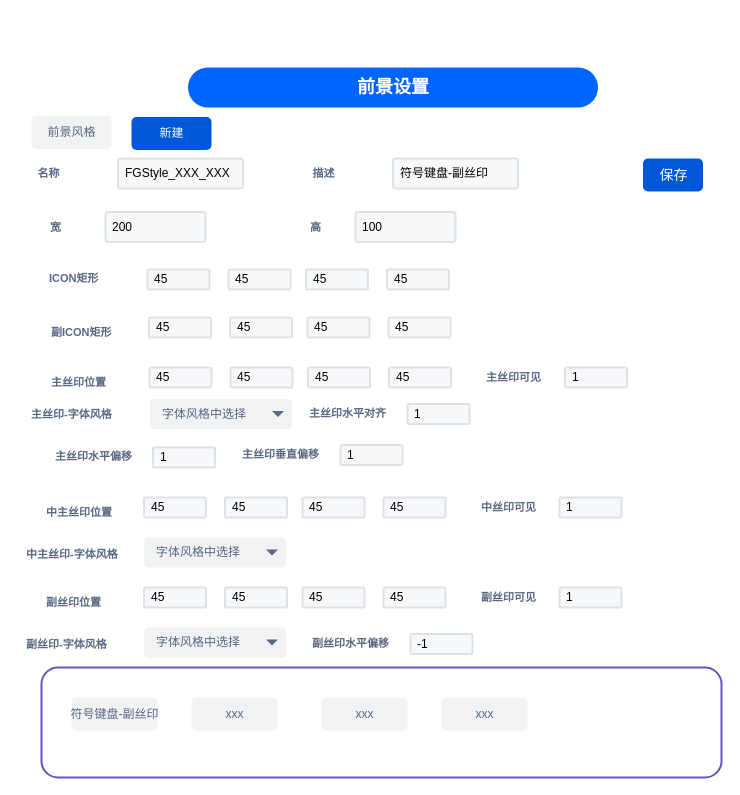
Above: layout-editor/前景风格设置.drawio in chonglv/charts (draw.io), before the change. Source tidied: cells renumbered, new cells numbered last; positions are measured from the earlier drawing's top-left corner, leaving out a move shared by most shapes. Both pictures are drawn from the tidied source at 100%, with x=0, y=0 at pixel (17, 67).
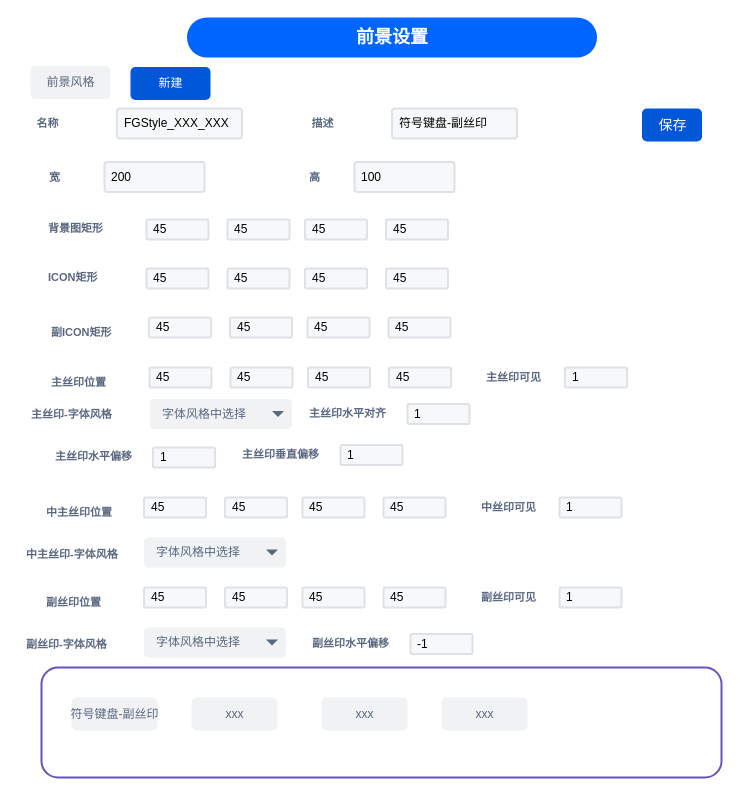
The same page after the edit.

Commit message:
更新前景风格设置.drawio

What changed in the source:
```diff
@@
     <mxCell id="2" value="名称" style="fillColor=none;strokeColor=none;html=1;fontSize=11;fontStyle=0;align=center;fontColor=#596780;fontStyle=1;fontSize=11;labelPosition=center;verticalLabelPosition=middle;verticalAlign=middle;" parent="1" vertex="1">
-      <mxGeometry x="0.5" y="96" width="60" height="20" as="geometry" />
+      <mxGeometry x="-0.5" y="46" width="60" height="20" as="geometry" />
     </mxCell>
     <mxCell id="3" value="FGStyle_XXX_XXX" style="rounded=1;arcSize=9;fillColor=#F7F8F9;align=left;spacingLeft=5;strokeColor=#DEE1E6;html=1;strokeWidth=2;fontSize=12;" parent="1" vertex="1">
-      <mxGeometry x="100.5" y="91" width="125" height="30" as="geometry" />
+      <mxGeometry x="99.5" y="41" width="125" height="30" as="geometry" />
     </mxCell>
     <mxCell id="4" value="描述" style="fillColor=none;strokeColor=none;html=1;fontSize=11;fontStyle=0;align=center;fontColor=#596780;fontStyle=1;fontSize=11;labelPosition=center;verticalLabelPosition=middle;verticalAlign=middle;" parent="1" vertex="1">
-      <mxGeometry x="275.5" y="96" width="60" height="20" as="geometry" />
+      <mxGeometry x="274.5" y="46" width="60" height="20" as="geometry" />
     </mxCell>
     <mxCell id="5" value="符号键盘-副丝印" style="rounded=1;arcSize=9;fillColor=#F7F8F9;align=left;spacingLeft=5;strokeColor=#DEE1E6;html=1;strokeWidth=2;fontSize=12;" parent="1" vertex="1">
-      <mxGeometry x="375.5" y="91" width="125" height="30" as="geometry" />
+      <mxGeometry x="374.5" y="41" width="125" height="30" as="geometry" />
     </mxCell>
     <mxCell id="6" value="保存" style="rounded=1;fillColor=#0057D8;strokeColor=none;fontColor=#ffffff;align=center;verticalAlign=middle;fontStyle=0;fontSize=14;html=1;shadow=0;dashed=0;" parent="1" vertex="1">
-      <mxGeometry x="625.5" y="91" width="60" height="33" as="geometry" />
+      <mxGeometry x="624.5" y="41" width="60" height="33" as="geometry" />
     </mxCell>
@@
-    <mxCell id="12" value="ICON矩形" style="fillColor=none;strokeColor=none;html=1;fontSize=11;fontStyle=0;align=left;fontColor=#596780;fontStyle=1;fontSize=11;" parent="1" vertex="1">
-      <mxGeometry x="30" y="201" width="60" height="20" as="geometry" />
+    <mxCell id="12" value="背景图矩形" style="fillColor=none;strokeColor=none;html=1;fontSize=11;fontStyle=0;align=left;fontColor=#596780;fontStyle=1;fontSize=11;" parent="1" vertex="1">
+      <mxGeometry x="29" y="151" width="60" height="20" as="geometry" />
     </mxCell>
     <mxCell id="13" value="45" style="rounded=1;arcSize=9;fillColor=#F7F8F9;align=left;spacingLeft=5;strokeColor=#DEE1E6;html=1;strokeWidth=2;fontSize=12;" parent="1" vertex="1">
-      <mxGeometry x="130" y="202" width="62" height="20" as="geometry" />
+      <mxGeometry x="129" y="152" width="62" height="20" as="geometry" />
     </mxCell>
     <mxCell id="14" value="45" style="rounded=1;arcSize=9;fillColor=#F7F8F9;align=left;spacingLeft=5;strokeColor=#DEE1E6;html=1;strokeWidth=2;fontSize=12;" parent="1" vertex="1">
-      <mxGeometry x="211" y="202" width="62" height="20" as="geometry" />
+      <mxGeometry x="210" y="152" width="62" height="20" as="geometry" />
     </mxCell>
     <mxCell id="15" value="45" style="rounded=1;arcSize=9;fillColor=#F7F8F9;align=left;spacingLeft=5;strokeColor=#DEE1E6;html=1;strokeWidth=2;fontSize=12;" parent="1" vertex="1">
-      <mxGeometry x="288.5" y="202" width="62" height="20" as="geometry" />
+      <mxGeometry x="287.5" y="152" width="62" height="20" as="geometry" />
     </mxCell>
     <mxCell id="16" value="45" style="rounded=1;arcSize=9;fillColor=#F7F8F9;align=left;spacingLeft=5;strokeColor=#DEE1E6;html=1;strokeWidth=2;fontSize=12;" parent="1" vertex="1">
-      <mxGeometry x="369.5" y="202" width="62" height="20" as="geometry" />
+      <mxGeometry x="368.5" y="152" width="62" height="20" as="geometry" />
     </mxCell>
@@
     <mxCell id="46" value="宽" style="fillColor=none;strokeColor=none;html=1;fontSize=11;fontStyle=0;align=center;fontColor=#596780;fontStyle=1;fontSize=11;" parent="1" vertex="1">
-      <mxGeometry x="8" y="149.5" width="60" height="20" as="geometry" />
+      <mxGeometry x="7" y="99.5" width="60" height="20" as="geometry" />
     </mxCell>
     <mxCell id="47" value="200" style="rounded=1;arcSize=9;fillColor=#F7F8F9;align=left;spacingLeft=5;strokeColor=#DEE1E6;html=1;strokeWidth=2;fontSize=12;" parent="1" vertex="1">
-      <mxGeometry x="88" y="144.5" width="100" height="30" as="geometry" />
+      <mxGeometry x="87" y="94.5" width="100" height="30" as="geometry" />
     </mxCell>
     <mxCell id="48" value="高" style="fillColor=none;strokeColor=none;html=1;fontSize=11;fontStyle=0;align=center;fontColor=#596780;fontStyle=1;fontSize=11;" parent="1" vertex="1">
-      <mxGeometry x="268" y="149.5" width="60" height="20" as="geometry" />
+      <mxGeometry x="267" y="99.5" width="60" height="20" as="geometry" />
     </mxCell>
     <mxCell id="49" value="100" style="rounded=1;arcSize=9;fillColor=#F7F8F9;align=left;spacingLeft=5;strokeColor=#DEE1E6;html=1;strokeWidth=2;fontSize=12;" parent="1" vertex="1">
-      <mxGeometry x="338" y="144.5" width="100" height="30" as="geometry" />
+      <mxGeometry x="337" y="94.5" width="100" height="30" as="geometry" />
     </mxCell>
@@
     <mxCell id="60" value="前景设置" style="rounded=1;fillColor=#0065FF;strokeColor=none;html=1;fontColor=#ffffff;align=center;verticalAlign=middle;whiteSpace=wrap;fontSize=18;fontStyle=1;arcSize=50;" parent="1" vertex="1">
-      <mxGeometry x="170.5" width="410" height="40" as="geometry" />
+      <mxGeometry x="169.5" y="-50" width="410" height="40" as="geometry" />
     </mxCell>
     <mxCell id="61" value="新建" style="rounded=1;fillColor=#0057D8;align=center;strokeColor=none;html=1;fontColor=#ffffff;fontSize=12;" parent="1" vertex="1">
-      <mxGeometry x="114" y="49.5" width="80" height="33" as="geometry" />
+      <mxGeometry x="113" y="-0.5" width="80" height="33" as="geometry" />
     </mxCell>
     <mxCell id="62" value="前景风格" style="rounded=1;align=center;fillColor=#F1F2F4;strokeColor=none;html=1;fontColor=#596780;fontSize=12;" parent="1" vertex="1">
-      <mxGeometry x="14" y="48.5" width="80" height="33" as="geometry" />
+      <mxGeometry x="13" y="-1.5" width="80" height="33" as="geometry" />
     </mxCell>
@@
+    <mxCell id="67" value="ICON矩形" style="fillColor=none;strokeColor=none;html=1;fontSize=11;fontStyle=0;align=left;fontColor=#596780;fontStyle=1;fontSize=11;" parent="1" vertex="1">
+      <mxGeometry x="29" y="200" width="60" height="20" as="geometry" />
+    </mxCell>
+    <mxCell id="68" value="45" style="rounded=1;arcSize=9;fillColor=#F7F8F9;align=left;spacingLeft=5;strokeColor=#DEE1E6;html=1;strokeWidth=2;fontSize=12;" parent="1" vertex="1">
+      <mxGeometry x="129" y="201" width="62" height="20" as="geometry" />
+    </mxCell>
+    <mxCell id="69" value="45" style="rounded=1;arcSize=9;fillColor=#F7F8F9;align=left;spacingLeft=5;strokeColor=#DEE1E6;html=1;strokeWidth=2;fontSize=12;" parent="1" vertex="1">
+      <mxGeometry x="210" y="201" width="62" height="20" as="geometry" />
+    </mxCell>
+    <mxCell id="70" value="45" style="rounded=1;arcSize=9;fillColor=#F7F8F9;align=left;spacingLeft=5;strokeColor=#DEE1E6;html=1;strokeWidth=2;fontSize=12;" parent="1" vertex="1">
+      <mxGeometry x="287.5" y="201" width="62" height="20" as="geometry" />
+    </mxCell>
+    <mxCell id="71" value="45" style="rounded=1;arcSize=9;fillColor=#F7F8F9;align=left;spacingLeft=5;strokeColor=#DEE1E6;html=1;strokeWidth=2;fontSize=12;" parent="1" vertex="1">
+      <mxGeometry x="368.5" y="201" width="62" height="20" as="geometry" />
+    </mxCell>
```
